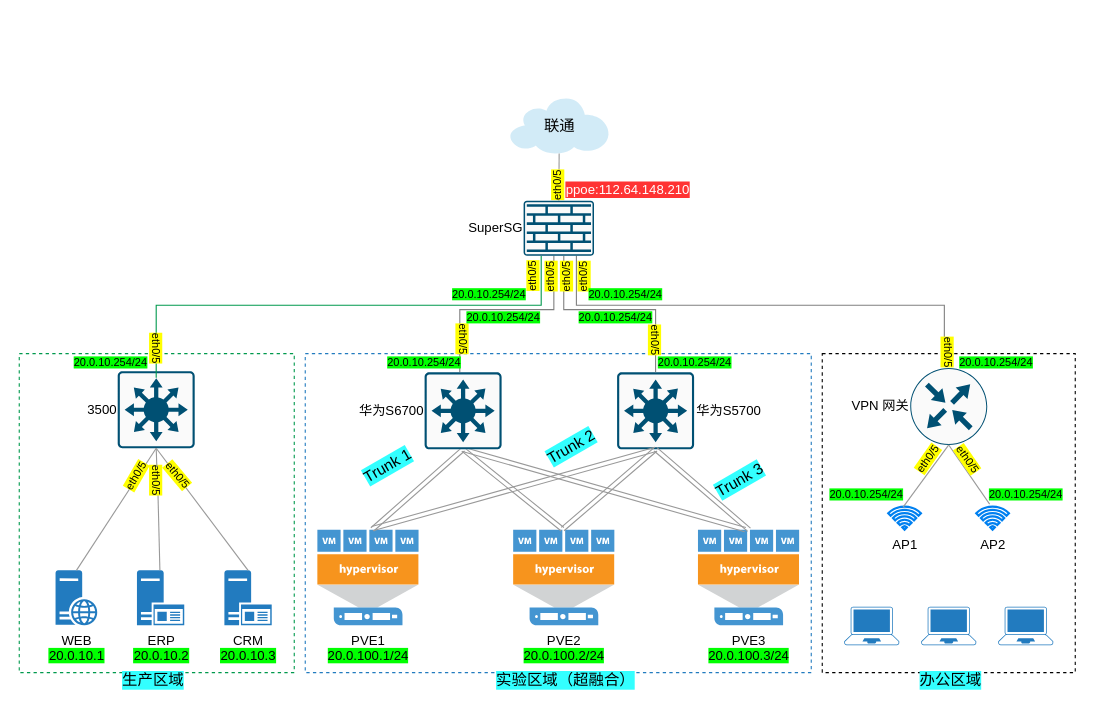
The draw.io diagram page "实验环境拓扑图" (5 of 5) of Untitled Diagram.drawio in ahhfltj/cloud, before the edit. Source tidied: cells renumbered, new cells numbered last; positions are measured from the earlier drawing's top-left corner, leaving out a move shared by most shapes. Both pictures are drawn from the tidied source at 110%, with x=0, y=0 at pixel (19, 98).
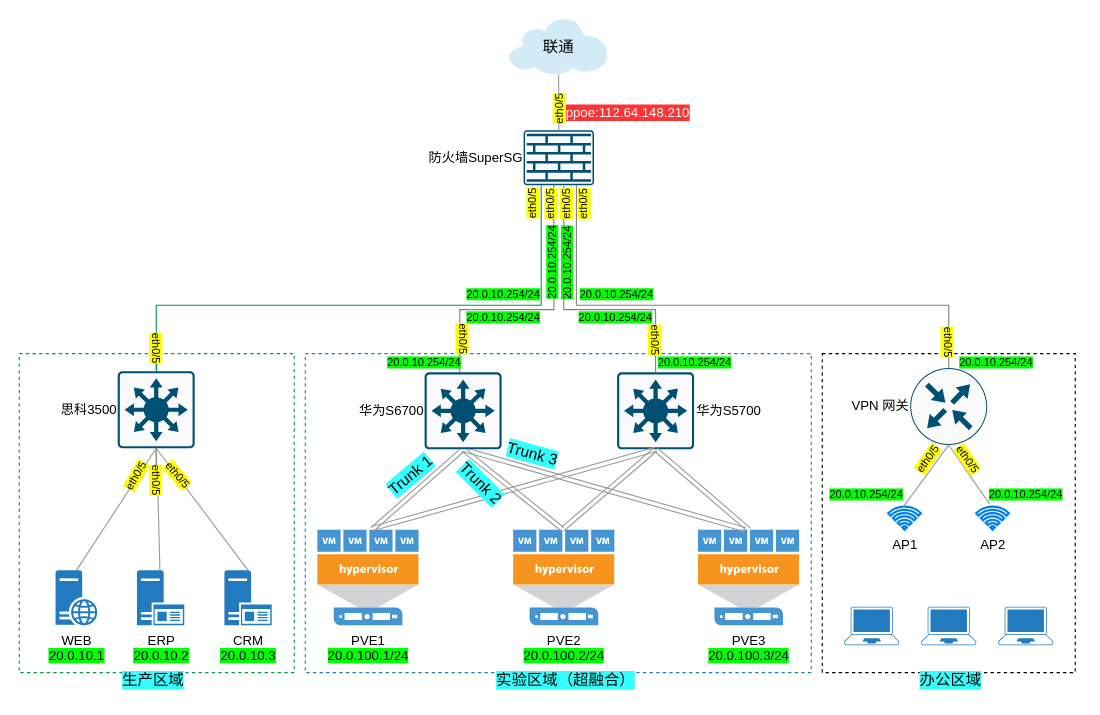
The same page after the edit.

The change refers to these unchanged cells:
```xml
<mxCell id="3" style="whiteSpace=wrap;html=1;fontSize=14;verticalAlign=top;fillColor=none;dashed=1;strokeColor=#00994D;" parent="1" vertex="1">
  <mxGeometry y="232" width="250" height="290" as="geometry" />
</mxCell>
<mxCell id="8" value="VPN 网关" style="points=[[0.5,0,0],[1,0.5,0],[0.5,1,0],[0,0.5,0],[0.145,0.145,0],[0.8555,0.145,0],[0.855,0.8555,0],[0.145,0.855,0]];verticalLabelPosition=middle;html=1;verticalAlign=middle;align=right;shape=mxgraph.cisco19.rect;prIcon=router;fillColor=#FAFAFA;strokeColor=#005073;labelPosition=left;" parent="1" vertex="1">
  <mxGeometry x="810" y="245" width="70" height="70" as="geometry" />
</mxCell>
```

Diff of the diagram source:
```diff
@@
     <mxCell id="5" value="联通" style="shadow=0;dashed=0;html=1;strokeColor=none;fillColor=#4495D1;labelPosition=center;verticalLabelPosition=middle;verticalAlign=middle;shape=mxgraph.veeam.2d.cloud;fontSize=14;align=center;" parent="1" vertex="1">
-      <mxGeometry x="446" width="90" height="50" as="geometry" />
+      <mxGeometry x="445" y="-72" width="90" height="50" as="geometry" />
     </mxCell>
@@
+    <mxCell id="70" style="edgeStyle=orthogonalEdgeStyle;rounded=0;jettySize=auto;html=1;endArrow=none;endFill=0;strokeColor=#00994D;fontColor=#00994D;" parent="1" edge="1" source="11" target="3">
+      <mxGeometry relative="1" as="geometry" />
+    </mxCell>
-    <mxCell id="11" value="3500" style="points=[[0.015,0.015,0],[0.985,0.015,0],[0.985,0.985,0],[0.015,0.985,0],[0.25,0,0],[0.5,0,0],[0.75,0,0],[1,0.25,0],[1,0.5,0],[1,0.75,0],[0.75,1,0],[0.5,1,0],[0.25,1,0],[0,0.75,0],[0,0.5,0],[0,0.25,0]];verticalLabelPosition=middle;html=1;verticalAlign=middle;align=right;shape=mxgraph.cisco19.rect;prIcon=l3_switch;fillColor=#FAFAFA;strokeColor=#005073;labelPosition=left;" parent="1" vertex="1">
+    <mxCell id="11" value="思科3500" style="points=[[0.015,0.015,0],[0.985,0.015,0],[0.985,0.985,0],[0.015,0.985,0],[0.25,0,0],[0.5,0,0],[0.75,0,0],[1,0.25,0],[1,0.5,0],[1,0.75,0],[0.75,1,0],[0.5,1,0],[0.25,1,0],[0,0.75,0],[0,0.5,0],[0,0.25,0]];verticalLabelPosition=middle;html=1;verticalAlign=middle;align=right;shape=mxgraph.cisco19.rect;prIcon=l3_switch;fillColor=#FAFAFA;strokeColor=#005073;labelPosition=left;" parent="1" vertex="1">
       <mxGeometry x="89.5" y="248" width="70" height="70" as="geometry" />
     </mxCell>
@@
-    <mxCell id="20" style="edgeStyle=orthogonalEdgeStyle;rounded=0;elbow=vertical;html=1;startSize=10;endArrow=none;endFill=0;endSize=10;jettySize=auto;fontSize=14;entryX=0.5;entryY=0;entryDx=0;entryDy=0;entryPerimeter=0;fontColor=#00994D;strokeColor=#00994D;exitX=0.25;exitY=1;exitDx=0;exitDy=0;exitPerimeter=0;" parent="1" edge="1" source="69">
+    <mxCell id="20" style="edgeStyle=orthogonalEdgeStyle;rounded=0;elbow=vertical;html=1;startSize=10;endArrow=none;endFill=0;endSize=10;jettySize=auto;fontSize=14;fontColor=#00994D;strokeColor=#00994D;exitX=0.25;exitY=1;exitDx=0;exitDy=0;exitPerimeter=0;entryX=0.5;entryY=0;entryDx=0;entryDy=0;entryPerimeter=0;" parent="1" edge="1" source="69" target="11">
       <mxGeometry relative="1" as="geometry">
-        <mxPoint x="124.5" y="254" as="targetPoint" />
         <Array as="points">
           <mxPoint x="475" y="188" />
           <mxPoint x="125" y="188" />
         </Array>
       </mxGeometry>
     </mxCell>
-    <mxCell id="21" style="edgeStyle=orthogonalEdgeStyle;rounded=0;elbow=vertical;html=1;startSize=10;endArrow=none;endFill=0;endSize=10;jettySize=auto;orthogonalLoop=1;strokeColor=#808080;fontSize=14;exitX=0.75;exitY=1;exitDx=0;exitDy=0;exitPerimeter=0;entryX=0.5;entryY=0;entryDx=0;entryDy=0;entryPerimeter=0;" parent="1" edge="1">
+    <mxCell id="21" style="edgeStyle=orthogonalEdgeStyle;rounded=0;elbow=vertical;html=1;startSize=10;endArrow=none;endFill=0;endSize=10;jettySize=auto;strokeColor=#808080;fontSize=14;exitX=0.75;exitY=1;exitDx=0;exitDy=0;exitPerimeter=0;entryX=0.5;entryY=0;entryDx=0;entryDy=0;entryPerimeter=0;" parent="1" edge="1" source="69" target="8">
       <mxGeometry relative="1" as="geometry">
-        <mxPoint x="506.5" y="139" as="sourcePoint" />
-        <mxPoint x="841" y="241" as="targetPoint" />
         <Array as="points">
           <mxPoint x="507" y="188" />
-          <mxPoint x="841" y="188" />
+          <mxPoint x="845" y="188" />
         </Array>
       </mxGeometry>
     </mxCell>
@@
-    <mxCell id="38" style="edgeStyle=none;rounded=0;jettySize=auto;html=1;endArrow=none;endFill=0;strokeWidth=1;strokeColor=#999999;entryX=0.5;entryY=0;entryDx=0;entryDy=0;entryPerimeter=0;" parent="1" edge="1" source="5" target="69">
+    <mxCell id="38" style="edgeStyle=none;rounded=0;jettySize=auto;html=1;endArrow=none;endFill=0;strokeWidth=1;strokeColor=#999999;entryX=0.5;entryY=0;entryDx=0;entryDy=0;entryPerimeter=0;" parent="1" edge="1" source="50" target="69">
       <mxGeometry relative="1" as="geometry" />
     </mxCell>
     <mxCell id="39" value="&lt;div&gt;ppoe:112.64.148.210&lt;/div&gt;" style="text;whiteSpace=wrap;html=1;horizontal=1;labelBackgroundColor=#FF3333;align=center;verticalAlign=middle;rounded=1;fontColor=#FFFFFF;" parent="1" vertex="1">
-      <mxGeometry x="511.5" y="68" width="83" height="30" as="geometry" />
+      <mxGeometry x="511.5" y="-2" width="83" height="30" as="geometry" />
     </mxCell>
     <mxCell id="40" value="&lt;div style=&quot;font-size: 10px&quot;&gt;eth0/5&lt;/div&gt;" style="text;whiteSpace=wrap;html=1;horizontal=0;align=center;verticalAlign=middle;labelBackgroundColor=#FFFF00;fontSize=10;" parent="1" vertex="1">
-      <mxGeometry x="458.5" y="150" width="16" height="24" as="geometry" />
+      <mxGeometry x="458.5" y="84" width="16" height="24" as="geometry" />
     </mxCell>
     <mxCell id="41" value="&lt;div style=&quot;font-size: 10px&quot;&gt;eth0/5&lt;/div&gt;" style="text;whiteSpace=wrap;html=1;horizontal=0;align=center;verticalAlign=middle;labelBackgroundColor=#FFFF00;fontSize=10;" parent="1" vertex="1">
-      <mxGeometry x="475" y="150" width="16" height="24" as="geometry" />
+      <mxGeometry x="475" y="84" width="16" height="24" as="geometry" />
     </mxCell>
     <mxCell id="42" value="&lt;div style=&quot;font-size: 10px&quot;&gt;eth0/5&lt;/div&gt;" style="text;whiteSpace=wrap;html=1;horizontal=0;align=center;verticalAlign=middle;labelBackgroundColor=#FFFF00;fontSize=10;" parent="1" vertex="1">
-      <mxGeometry x="489" y="150" width="16" height="24" as="geometry" />
+      <mxGeometry x="489" y="84" width="16" height="24" as="geometry" />
     </mxCell>
     <mxCell id="43" value="&lt;div style=&quot;font-size: 10px&quot;&gt;eth0/5&lt;/div&gt;" style="text;whiteSpace=wrap;html=1;horizontal=0;align=center;verticalAlign=middle;labelBackgroundColor=#FFFF00;fontSize=10;" parent="1" vertex="1">
-      <mxGeometry x="505" y="150" width="16" height="24" as="geometry" />
+      <mxGeometry x="505" y="84" width="16" height="24" as="geometry" />
     </mxCell>
     <mxCell id="44" value="&lt;div style=&quot;font-size: 10px&quot;&gt;eth0/5&lt;/div&gt;" style="text;whiteSpace=wrap;html=1;horizontal=0;align=center;verticalAlign=middle;labelBackgroundColor=#FFFF00;fontSize=10;rotation=-180;" parent="1" vertex="1">
-      <mxGeometry x="837" y="219" width="16" height="24" as="geometry" />
+      <mxGeometry x="837" y="210" width="16" height="24" as="geometry" />
     </mxCell>
@@
-    <mxCell id="50" value="&lt;div style=&quot;font-size: 10px&quot;&gt;eth0/5&lt;/div&gt;" style="text;whiteSpace=wrap;html=1;horizontal=0;align=center;verticalAlign=middle;labelBackgroundColor=#FFFF00;fontSize=10;" parent="1" vertex="1">
-      <mxGeometry x="481" y="67" width="16" height="24" as="geometry" />
-    </mxCell>
     <mxCell id="51" value="&lt;span style=&quot;background-color: rgb(0 , 255 , 0)&quot;&gt;20.0.10.254/24&lt;/span&gt;" style="text;whiteSpace=wrap;html=1;fontSize=10;" parent="1" vertex="1">
-      <mxGeometry x="391.5" y="166.2" width="70" height="24.9" as="geometry" />
+      <mxGeometry x="404.5" y="166.2" width="70" height="24.9" as="geometry" />
     </mxCell>
     <mxCell id="52" value="&lt;span style=&quot;background-color: rgb(0 , 255 , 0)&quot;&gt;20.0.10.254/24&lt;/span&gt;" style="text;whiteSpace=wrap;html=1;fontSize=10;" parent="1" vertex="1">
-      <mxGeometry x="515.5" y="166.2" width="79" height="20" as="geometry" />
+      <mxGeometry x="507.5" y="166.2" width="79" height="20" as="geometry" />
     </mxCell>
-    <mxCell id="53" value="&lt;span style=&quot;background-color: rgb(0 , 255 , 0)&quot;&gt;20.0.10.254/24&lt;/span&gt;" style="text;whiteSpace=wrap;html=1;fontSize=10;" parent="1" vertex="1">
-      <mxGeometry x="48.2" y="228" width="85.3" height="37.9" as="geometry" />
-    </mxCell>
@@
-    <mxCell id="61" value="&lt;div&gt;&lt;font face=&quot;helvetica&quot;&gt;&lt;span style=&quot;font-size: 14px&quot;&gt;Trunk 1&lt;/span&gt;&lt;/font&gt;&lt;/div&gt;" style="text;whiteSpace=wrap;html=1;labelBackgroundColor=#33FFFF;align=center;verticalAlign=middle;rounded=1;glass=0;shadow=0;rotation=-30;" parent="1" vertex="1">
-      <mxGeometry x="310" y="319" width="50" height="30" as="geometry" />
+    <mxCell id="61" value="&lt;div&gt;&lt;font face=&quot;helvetica&quot;&gt;&lt;span style=&quot;font-size: 14px&quot;&gt;Trunk 1&lt;/span&gt;&lt;/font&gt;&lt;/div&gt;" style="text;whiteSpace=wrap;html=1;labelBackgroundColor=#33FFFF;align=center;verticalAlign=middle;rounded=1;glass=0;shadow=0;rotation=-40;" parent="1" vertex="1">
+      <mxGeometry x="330.5" y="328" width="50" height="30" as="geometry" />
     </mxCell>
-    <mxCell id="62" value="&lt;div&gt;&lt;font face=&quot;helvetica&quot;&gt;&lt;span style=&quot;font-size: 14px&quot;&gt;Trunk 2&lt;/span&gt;&lt;/font&gt;&lt;/div&gt;" style="text;whiteSpace=wrap;html=1;labelBackgroundColor=#33FFFF;align=center;verticalAlign=middle;rounded=1;glass=0;shadow=0;rotation=-30;" parent="1" vertex="1">
-      <mxGeometry x="476.5" y="302" width="50" height="30" as="geometry" />
+    <mxCell id="62" value="&lt;div&gt;&lt;font face=&quot;helvetica&quot;&gt;&lt;span style=&quot;font-size: 14px&quot;&gt;Trunk 2&lt;/span&gt;&lt;/font&gt;&lt;/div&gt;" style="text;whiteSpace=wrap;html=1;labelBackgroundColor=#33FFFF;align=center;verticalAlign=middle;rounded=1;glass=0;shadow=0;rotation=45;" parent="1" vertex="1">
+      <mxGeometry x="395" y="335" width="50" height="30" as="geometry" />
     </mxCell>
-    <mxCell id="63" value="&lt;div&gt;&lt;font face=&quot;helvetica&quot;&gt;&lt;span style=&quot;font-size: 14px&quot;&gt;Trunk 3&lt;/span&gt;&lt;/font&gt;&lt;/div&gt;" style="text;whiteSpace=wrap;html=1;labelBackgroundColor=#33FFFF;align=center;verticalAlign=middle;rounded=1;glass=0;shadow=0;rotation=-30;" parent="1" vertex="1">
-      <mxGeometry x="630" y="332" width="50" height="30" as="geometry" />
+    <mxCell id="63" value="&lt;div&gt;&lt;font face=&quot;helvetica&quot;&gt;&lt;span style=&quot;font-size: 14px&quot;&gt;Trunk 3&lt;/span&gt;&lt;/font&gt;&lt;/div&gt;" style="text;whiteSpace=wrap;html=1;labelBackgroundColor=#33FFFF;align=center;verticalAlign=middle;rounded=1;glass=0;shadow=0;rotation=15;" parent="1" vertex="1">
+      <mxGeometry x="441.5" y="308" width="50" height="30" as="geometry" />
     </mxCell>
@@
-    <mxCell id="69" value="SuperSG" style="points=[[0.015,0.015,0],[0.985,0.015,0],[0.985,0.985,0],[0.015,0.985,0],[0.25,0,0],[0.5,0,0],[0.75,0,0],[1,0.25,0],[1,0.5,0],[1,0.75,0],[0.75,1,0],[0.5,1,0],[0.25,1,0],[0,0.75,0],[0,0.5,0],[0,0.25,0]];verticalLabelPosition=middle;html=1;verticalAlign=middle;align=right;shape=mxgraph.cisco19.rect;prIcon=firewall;fillColor=#FAFAFA;strokeColor=#005073;labelPosition=left;" parent="1" vertex="1">
-      <mxGeometry x="458.5" y="93" width="64" height="50" as="geometry" />
+    <mxCell id="69" value="防火墙SuperSG" style="points=[[0.015,0.015,0],[0.985,0.015,0],[0.985,0.985,0],[0.015,0.985,0],[0.25,0,0],[0.5,0,0],[0.75,0,0],[1,0.25,0],[1,0.5,0],[1,0.75,0],[0.75,1,0],[0.5,1,0],[0.25,1,0],[0,0.75,0],[0,0.5,0],[0,0.25,0]];verticalLabelPosition=middle;html=1;verticalAlign=middle;align=right;shape=mxgraph.cisco19.rect;prIcon=firewall;fillColor=#FAFAFA;strokeColor=#005073;labelPosition=left;" parent="1" vertex="1">
+      <mxGeometry x="458.5" y="29" width="64" height="50" as="geometry" />
     </mxCell>
+    <mxCell id="50" value="&lt;div style=&quot;font-size: 10px&quot;&gt;eth0/5&lt;/div&gt;" style="text;whiteSpace=wrap;html=1;horizontal=0;align=center;verticalAlign=middle;labelBackgroundColor=#FFFF00;fontSize=10;" parent="1" vertex="1">
+      <mxGeometry x="482.5" y="-2" width="16" height="24" as="geometry" />
+    </mxCell>
+    <mxCell id="71" style="edgeStyle=none;rounded=0;jettySize=auto;html=1;endArrow=none;endFill=0;strokeWidth=1;strokeColor=#999999;entryX=0.5;entryY=0;entryDx=0;entryDy=0;entryPerimeter=0;" parent="1" edge="1" source="5" target="50">
+      <mxGeometry relative="1" as="geometry" />
+    </mxCell>
+    <mxCell id="72" value="&lt;span style=&quot;background-color: rgb(0 , 255 , 0)&quot;&gt;20.0.10.254/24&lt;/span&gt;" style="text;whiteSpace=wrap;html=1;fontSize=10;rotation=-90;" parent="1" vertex="1">
+      <mxGeometry x="465" y="138" width="67.9" height="25" as="geometry" />
+    </mxCell>
+    <mxCell id="73" value="&lt;span style=&quot;background-color: rgb(0 , 255 , 0)&quot;&gt;20.0.10.254/24&lt;/span&gt;" style="text;whiteSpace=wrap;html=1;fontSize=10;rotation=-90;" parent="1" vertex="1">
+      <mxGeometry x="451.6" y="138" width="67.9" height="25" as="geometry" />
+    </mxCell>
```
